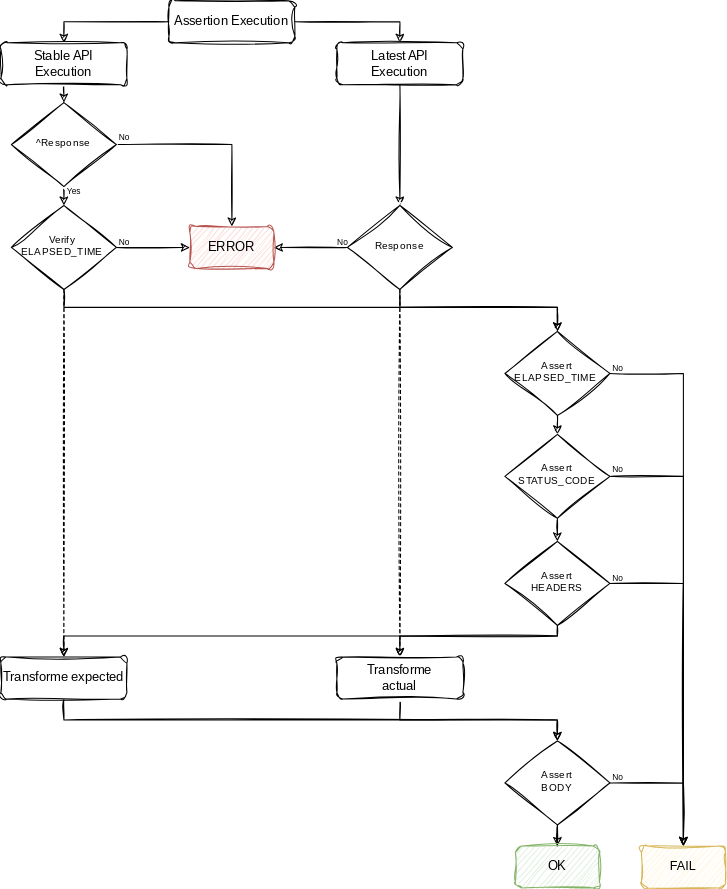
Earlier version of the draw.io export doc/diagram/assertion.diagram.svg (oneteme/assertapi-core). Source tidied: cells renumbered, new cells last; positions are measured from the earlier drawing's top-left corner, leaving out a move shared by most shapes.
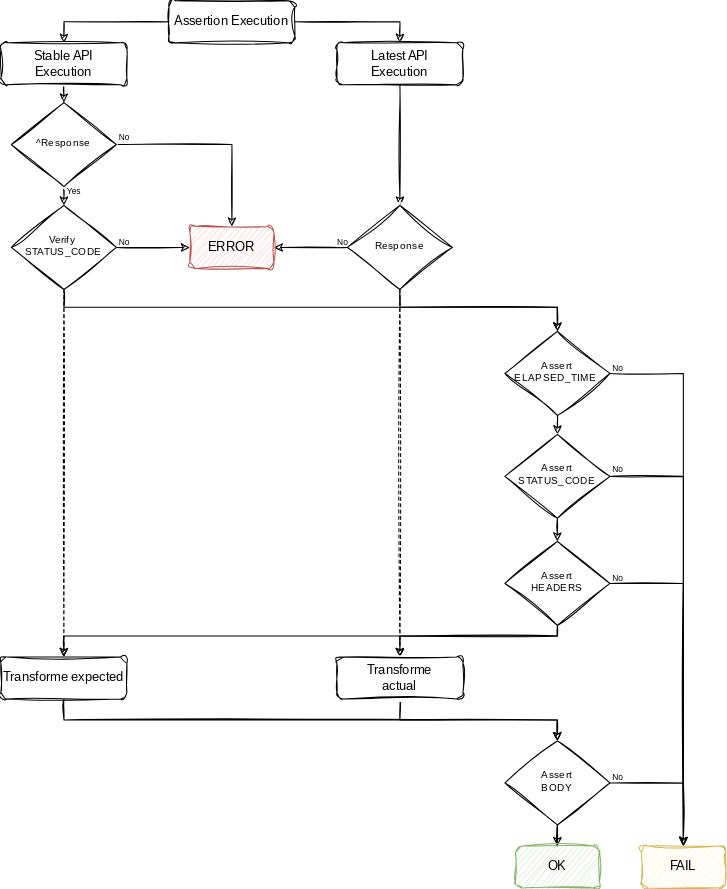
The same file after the commit.

Diff of the diagram source:
```diff
@@ -69,7 +69,7 @@
     <mxCell id="20" style="edgeStyle=orthogonalEdgeStyle;rounded=0;sketch=1;jettySize=auto;html=1;entryX=0.5;entryY=0;entryDx=0;entryDy=0;strokeColor=default;fontFamily=Helvetica;fontSize=14;fontColor=#000000;startArrow=none;startFill=0;endArrow=classic;endFill=1;dashed=1;" parent="1" edge="1" source="21" target="38">
       <mxGeometry relative="1" as="geometry" />
     </mxCell>
-    <mxCell id="21" value="Verify&amp;nbsp;&lt;br&gt;ELAPSED_TIME&amp;nbsp;" style="rhombus;whiteSpace=wrap;html=1;fontSize=10;fontFamily=Architects Daughter;fillColor=rgb(255, 255, 255);shadow=0;strokeWidth=1;spacing=6;spacingTop=-4;sketch=1;curveFitting=1;jiggle=2;fontSource=https%3A%2F%2Ffonts.googleapis.com%2Fcss%3Ffamily%3DArchitects%2BDaughter;" parent="1" vertex="1">
+    <mxCell id="21" value="Verify&amp;nbsp;&lt;br&gt;STATUS_CODE" style="rhombus;whiteSpace=wrap;html=1;fontSize=10;fontFamily=Architects Daughter;fillColor=rgb(255, 255, 255);shadow=0;strokeWidth=1;spacing=6;spacingTop=-4;sketch=1;curveFitting=1;jiggle=2;fontSource=https%3A%2F%2Ffonts.googleapis.com%2Fcss%3Ffamily%3DArchitects%2BDaughter;" parent="1" vertex="1">
       <mxGeometry x="10" y="195" width="100" height="80" as="geometry" />
     </mxCell>
     <mxCell id="22" value="No" style="text;html=1;strokeColor=none;fillColor=none;align=center;verticalAlign=middle;whiteSpace=wrap;rounded=0;fontSize=8;sketch=1;curveFitting=1;jiggle=2;" parent="1" vertex="1">
@@ -155,7 +155,7 @@
     <mxCell id="42" value="OK" style="rounded=1;whiteSpace=wrap;html=1;fontSize=12;glass=0;strokeWidth=1;shadow=0;sketch=1;curveFitting=1;jiggle=2;fillColor=#d5e8d4;strokeColor=#82b366;fontFamily=Architects Daughter;fontSource=https%3A%2F%2Ffonts.googleapis.com%2Fcss%3Ffamily%3DArchitects%2BDaughter;" parent="1" vertex="1">
       <mxGeometry x="490" y="805" width="80" height="40" as="geometry" />
     </mxCell>
-    <mxCell id="43" value="FAIL" style="rounded=1;whiteSpace=wrap;html=1;fontSize=12;glass=0;strokeWidth=1;shadow=0;sketch=1;curveFitting=1;jiggle=2;fillColor=#fff2cc;strokeColor=#d6b656;" parent="1" vertex="1">
+    <mxCell id="43" value="FAIL" style="rounded=1;whiteSpace=wrap;html=1;fontSize=12;glass=0;strokeWidth=1;shadow=0;sketch=1;curveFitting=1;jiggle=2;fillColor=#fff2cc;strokeColor=#d6b656;fontFamily=Architects Daughter;fontSource=https%3A%2F%2Ffonts.googleapis.com%2Fcss%3Ffamily%3DArchitects%2BDaughter;" parent="1" vertex="1">
       <mxGeometry x="610" y="805" width="80" height="40" as="geometry" />
     </mxCell>
     <mxCell id="44" value="No" style="text;html=1;strokeColor=none;fillColor=none;align=center;verticalAlign=middle;whiteSpace=wrap;rounded=0;fontSize=8;sketch=1;curveFitting=1;jiggle=2;" parent="1" vertex="1">
```
